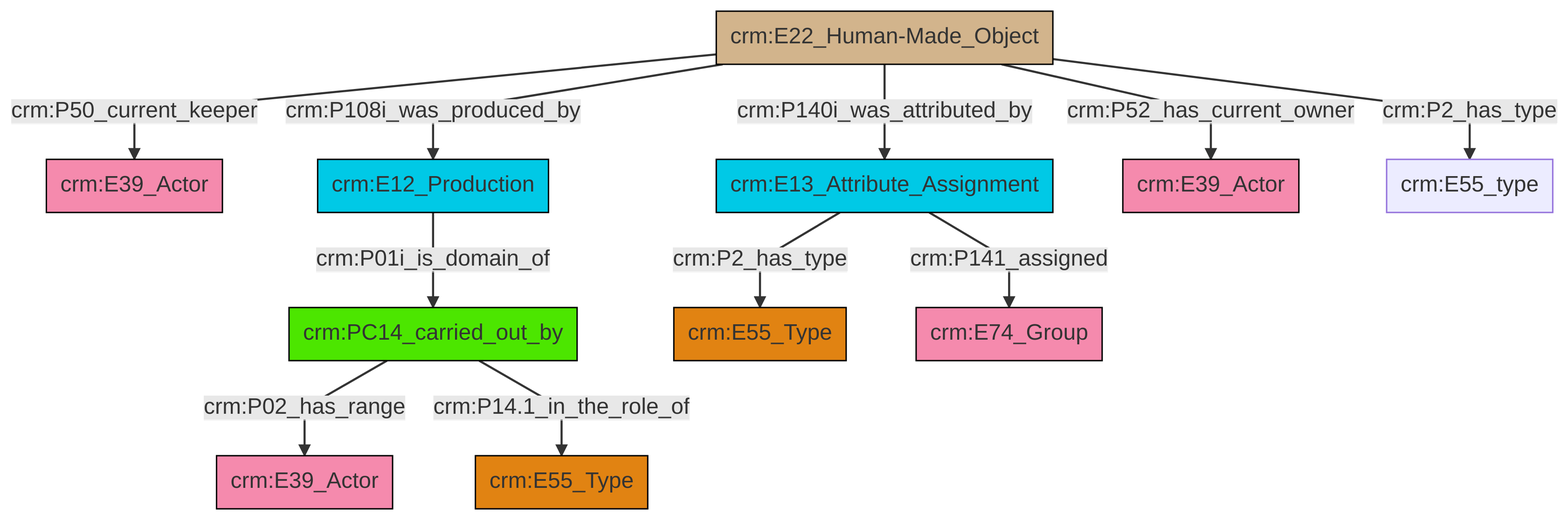
Before: et/artworkCSV/ttl/mmd/png/Artwork_Actor_Relations.png, a diagram exported from Mermaid (swiss-art-research-net/docs.swissartresearch). Its source is kept beside it as et/artworkCSV/ttl/mmd/Artwork_Actor_Relations.ttl.mmd.
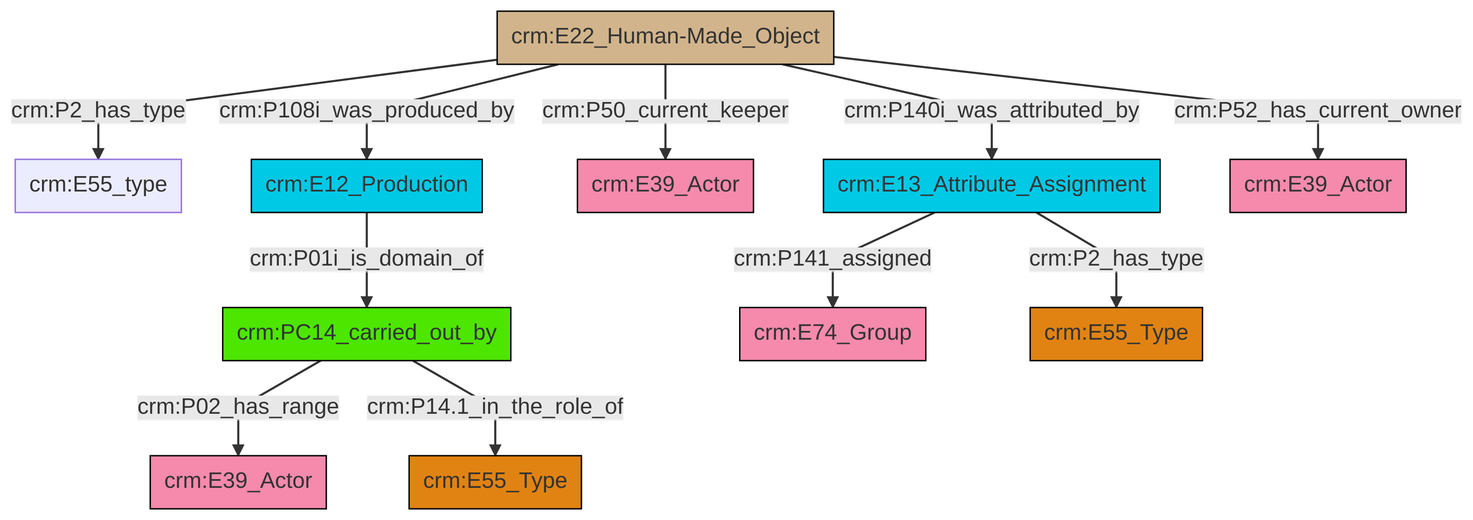
The same file after the commit.

What changed in the source:
```diff
@@ -13,13 +13,13 @@
 classDef PC_Classes fill:#4ce600, stroke:#000000;
 classDef Multi fill:#cccccc,stroke:#000000;
 
-2["crm:PC14_carried_out_by"]:::PC_Classes -->|crm:P02_has_range| 4["crm:E39_Actor"]:::Actor
-5["crm:E13_Attribute_Assignment"]:::Temporal_Entity -->|crm:P2_has_type| 6["crm:E55_Type"]:::Type
-9["crm:E12_Production"]:::Temporal_Entity -->|crm:P01i_is_domain_of| 2["crm:PC14_carried_out_by"]:::PC_Classes
-12["crm:E22_Human-Made_Object"]:::Physical_Thing -->|crm:P52_has_current_owner| 13["crm:E39_Actor"]:::Actor
-12["crm:E22_Human-Made_Object"]:::Physical_Thing -->|crm:P140i_was_attributed_by| 5["crm:E13_Attribute_Assignment"]:::Temporal_Entity
-12["crm:E22_Human-Made_Object"]:::Physical_Thing -->|crm:P108i_was_produced_by| 9["crm:E12_Production"]:::Temporal_Entity
-5["crm:E13_Attribute_Assignment"]:::Temporal_Entity -->|crm:P141_assigned| 10["crm:E74_Group"]:::Actor
-12["crm:E22_Human-Made_Object"]:::Physical_Thing -->|crm:P2_has_type| 17["crm:E55_type"]:::Default
-2["crm:PC14_carried_out_by"]:::PC_Classes -->|crm:P14.1_in_the_role_of| 7["crm:E55_Type"]:::Type
-12["crm:E22_Human-Made_Object"]:::Physical_Thing -->|crm:P50_current_keeper| 0["crm:E39_Actor"]:::Actor
+0["crm:PC14_carried_out_by"]:::PC_Classes -->|crm:P02_has_range| 1["crm:E39_Actor"]:::Actor
+2["crm:E22_Human-Made_Object"]:::Physical_Thing -->|crm:P2_has_type| 4["crm:E55_type"]:::Default
+10["crm:E13_Attribute_Assignment"]:::Temporal_Entity -->|crm:P2_has_type| 8["crm:E55_Type"]:::Type
+2["crm:E22_Human-Made_Object"]:::Physical_Thing -->|crm:P50_current_keeper| 11["crm:E39_Actor"]:::Actor
+2["crm:E22_Human-Made_Object"]:::Physical_Thing -->|crm:P108i_was_produced_by| 13["crm:E12_Production"]:::Temporal_Entity
+2["crm:E22_Human-Made_Object"]:::Physical_Thing -->|crm:P52_has_current_owner| 15["crm:E39_Actor"]:::Actor
+10["crm:E13_Attribute_Assignment"]:::Temporal_Entity -->|crm:P141_assigned| 5["crm:E74_Group"]:::Actor
+13["crm:E12_Production"]:::Temporal_Entity -->|crm:P01i_is_domain_of| 0["crm:PC14_carried_out_by"]:::PC_Classes
+0["crm:PC14_carried_out_by"]:::PC_Classes -->|crm:P14.1_in_the_role_of| 17["crm:E55_Type"]:::Type
+2["crm:E22_Human-Made_Object"]:::Physical_Thing -->|crm:P140i_was_attributed_by| 10["crm:E13_Attribute_Assignment"]:::Temporal_Entity
```
